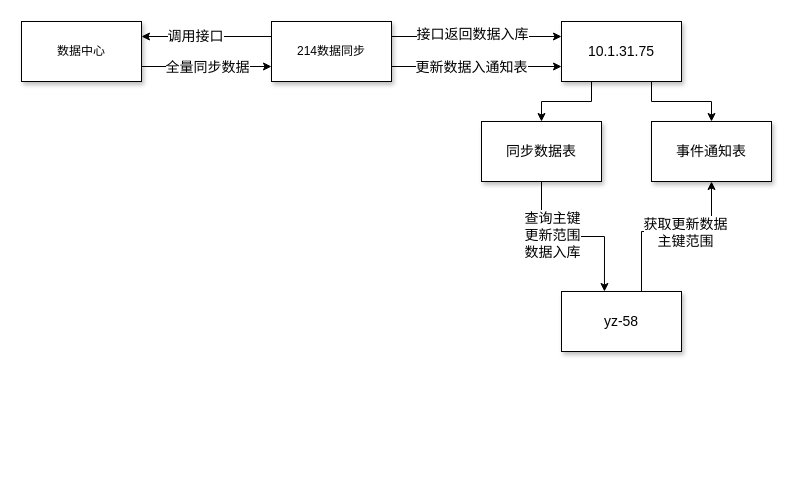
The draw.io diagram picture/214数据同步.drawio in QAQ5685150/diagrams, before the edit. Source tidied: cells renumbered, new cells numbered last; positions are measured from the earlier drawing's top-left corner, leaving out a move shared by most shapes. Both pictures are drawn from the tidied source at 100%, with x=0, y=0 at pixel (21, 21).
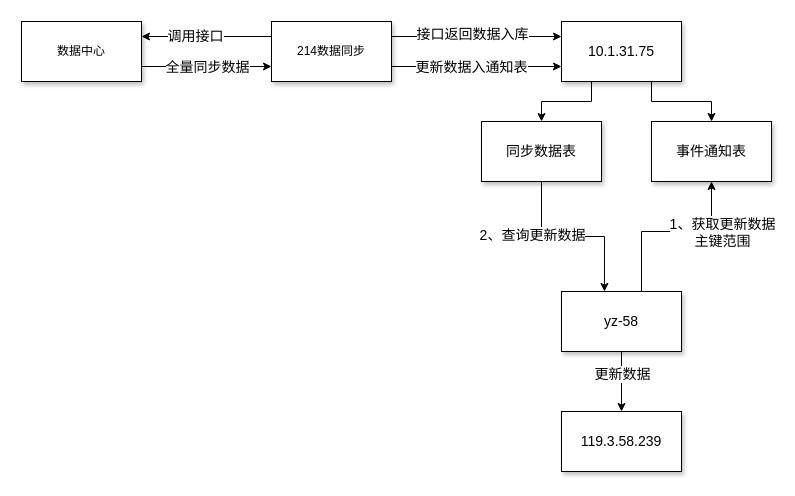
The same page after the edit.

Commit message:
更新214数据同步.drawio

The change refers to these unchanged cells:
```xml
<mxCell id="15" style="edgeStyle=orthogonalEdgeStyle;rounded=0;jettySize=auto;html=1;exitX=0.5;exitY=1;exitDx=0;exitDy=0;entryX=0.358;entryY=0;entryDx=0;entryDy=0;entryPerimeter=0;fontSize=14;" parent="1" edge="1" source="17" target="21">
  <mxGeometry relative="1" as="geometry" />
</mxCell>
<mxCell id="19" style="edgeStyle=orthogonalEdgeStyle;rounded=0;jettySize=auto;html=1;exitX=0.75;exitY=0;exitDx=0;exitDy=0;entryX=0.5;entryY=1;entryDx=0;entryDy=0;fontSize=14;" parent="1" edge="1" source="21" target="18">
  <mxGeometry relative="1" as="geometry">
    <Array as="points">
      <mxPoint x="620" y="270" />
      <mxPoint x="620" y="210" />
      <mxPoint x="690" y="210" />
    </Array>
  </mxGeometry>
</mxCell>
<mxCell id="21" value="yz-58" style="rounded=0;whiteSpace=wrap;html=1;shadow=1;fontSize=14;" parent="1" vertex="1">
  <mxGeometry x="540" y="270" width="120" height="60" as="geometry" />
</mxCell>
```

What changed in the source:
```diff
@@
-    <mxCell id="16" value="查询主键&lt;br&gt;更新范围&lt;br&gt;数据入库" style="edgeLabel;html=1;align=center;verticalAlign=middle;fontSize=14;" parent="15" vertex="1">
-      <mxGeometry x="-0.25" y="2" relative="1" as="geometry" />
+    <mxCell id="16" value="2、查询更新数据" style="edgeLabel;html=1;align=center;verticalAlign=middle;fontSize=14;" parent="15" vertex="1">
+      <mxGeometry x="-0.25" y="2" relative="1" as="geometry">
+        <mxPoint x="-20" as="offset" />
+      </mxGeometry>
     </mxCell>
@@
-    <mxCell id="20" value="获取更新数据&lt;br&gt;主键范围" style="edgeLabel;html=1;align=center;verticalAlign=middle;fontSize=14;" parent="19" vertex="1">
+    <mxCell id="20" value="1、获取更新数据&lt;br&gt;主键范围" style="edgeLabel;html=1;align=center;verticalAlign=middle;fontSize=14;" parent="19" vertex="1">
       <mxGeometry x="0.29" y="-1" relative="1" as="geometry">
-        <mxPoint x="-10" y="-1" as="offset" />
+        <mxPoint x="27" y="-1" as="offset" />
       </mxGeometry>
     </mxCell>
+    <mxCell id="22" style="edgeStyle=orthogonalEdgeStyle;rounded=0;jettySize=auto;html=1;fontSize=14;entryX=0.5;entryY=0;entryDx=0;entryDy=0;" parent="1" edge="1" source="21" target="24">
+      <mxGeometry relative="1" as="geometry" />
+    </mxCell>
+    <mxCell id="23" value="更新数据" style="edgeLabel;html=1;align=center;verticalAlign=middle;fontSize=14;" parent="22" vertex="1">
+      <mxGeometry x="-0.28" relative="1" as="geometry" />
+    </mxCell>
@@
+    <mxCell id="24" value="119.3.58.239" style="rounded=0;whiteSpace=wrap;html=1;shadow=1;fontSize=14;" parent="1" vertex="1">
+      <mxGeometry x="540" y="390" width="120" height="60" as="geometry" />
+    </mxCell>
```
